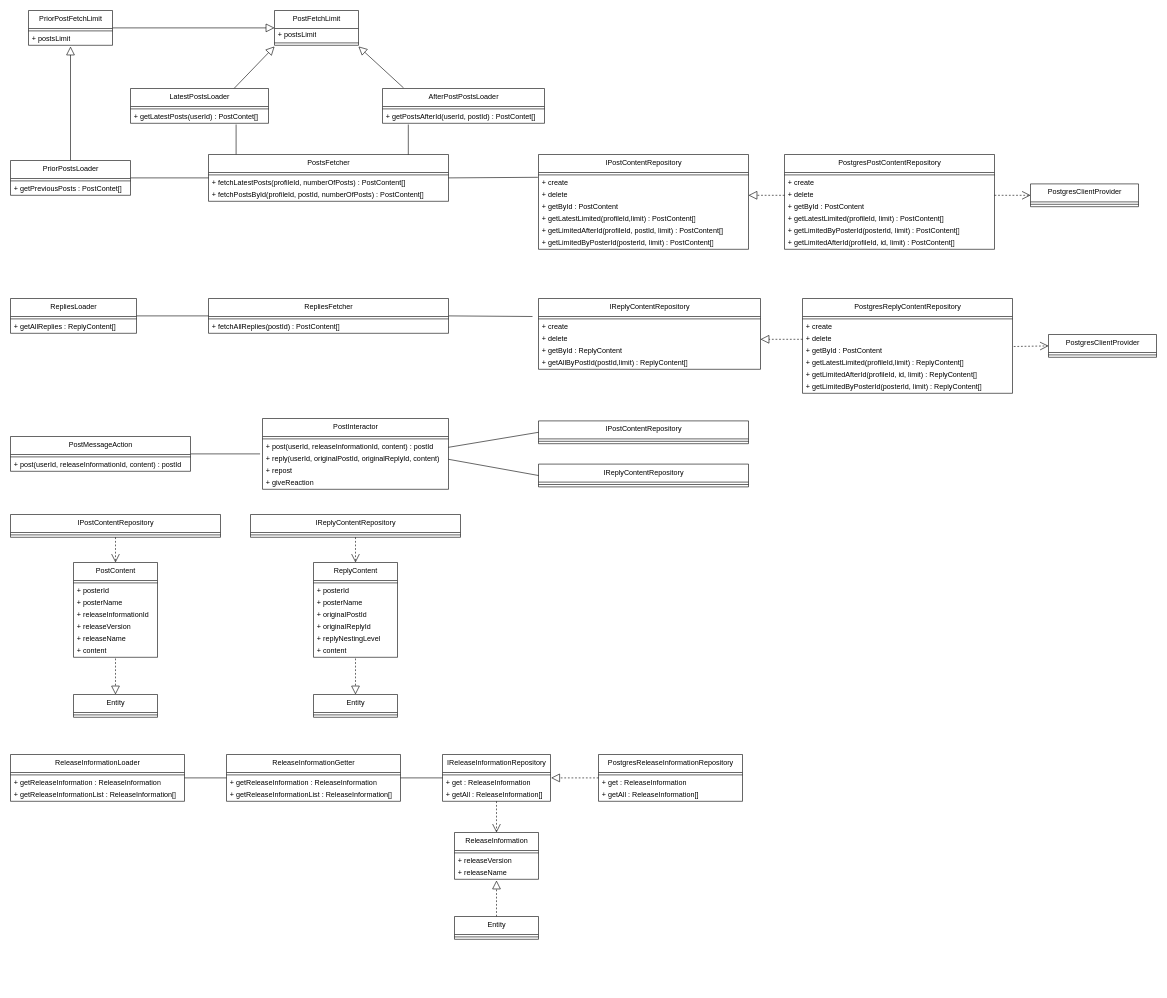
Mouwf/FF14SNS keeps this draw.io diagram as page "PostModule" (5 of 7) of project-designs/class-diagrams/ff14-sns.drawio. Above is the earlier version. Source tidied: cells renumbered, new cells numbered last; positions are measured from the earlier drawing's top-left corner, leaving out a move shared by most shapes. Both pictures are drawn from the tidied source at 60%, with x=0, y=0 at pixel (10, 10).
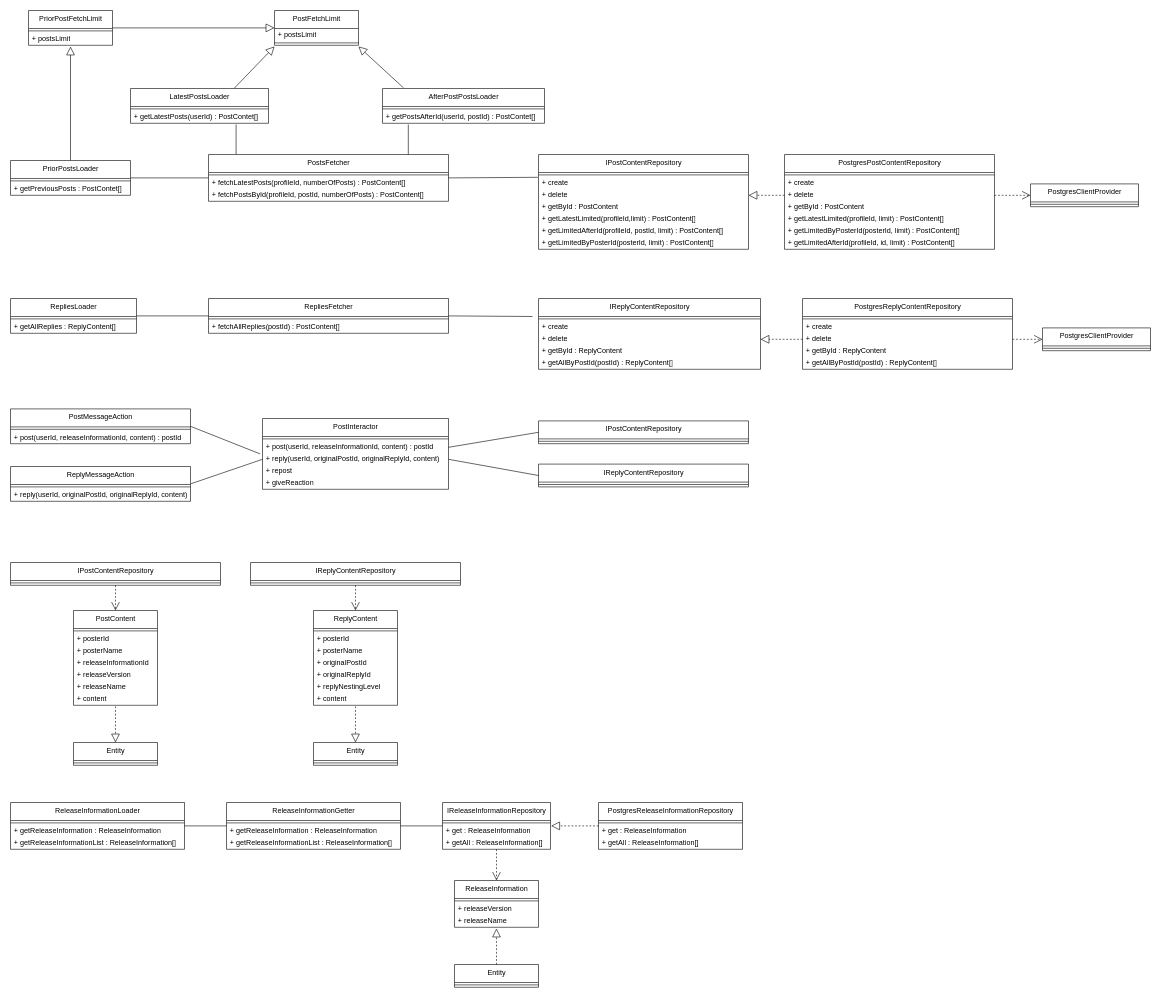
The same diagram, later.

Unchanged cells that the change refers to:
```xml
<mxCell id="5" value="+ reply(userId, originalPostId, originalReplyId, content)" style="text;html=1;strokeColor=none;fillColor=none;align=left;verticalAlign=middle;spacingLeft=4;spacingRight=4;overflow=hidden;points=[[0,0.5],[1,0.5]];portConstraint=eastwest;" parent="2" vertex="1">
  <mxGeometry y="58" width="310" height="20" as="geometry" />
</mxCell>
<mxCell id="111" value="IReplyContentRepository" style="swimlane;fontStyle=0;align=center;verticalAlign=top;horizontal=1;startSize=30;html=1;" parent="1" vertex="1">
  <mxGeometry x="880" y="480" width="370" height="118" as="geometry" />
</mxCell>
<mxCell id="120" value="+ delete" style="text;html=1;strokeColor=none;fillColor=none;align=left;verticalAlign=middle;spacingLeft=4;spacingRight=4;overflow=hidden;points=[[0,0.5],[1,0.5]];portConstraint=eastwest;" parent="117" vertex="1">
  <mxGeometry y="58" width="350" height="20" as="geometry" />
</mxCell>
```

Diff of the diagram source:
```diff
@@
     <mxCell id="26" value="PostContent" style="swimlane;fontStyle=0;align=center;verticalAlign=top;horizontal=1;startSize=30;html=1;" parent="1" vertex="1">
-      <mxGeometry x="105" y="920" width="140" height="158" as="geometry" />
+      <mxGeometry x="105" y="1000" width="140" height="158" as="geometry" />
     </mxCell>
@@
     <mxCell id="34" value="Entity" style="swimlane;fontStyle=0;align=center;verticalAlign=top;horizontal=1;startSize=30;html=1;" parent="1" vertex="1">
-      <mxGeometry x="105" y="1140" width="140" height="38" as="geometry" />
+      <mxGeometry x="105" y="1220" width="140" height="38" as="geometry" />
     </mxCell>
@@
     <mxCell id="49" value="IReleaseInformationRepository" style="swimlane;fontStyle=0;align=center;verticalAlign=top;horizontal=1;startSize=30;html=1;" parent="1" vertex="1">
-      <mxGeometry x="720" y="1240" width="180" height="78" as="geometry" />
+      <mxGeometry x="720" y="1320" width="180" height="78" as="geometry" />
     </mxCell>
@@
     <mxCell id="53" value="ReleaseInformation" style="swimlane;fontStyle=0;align=center;verticalAlign=top;horizontal=1;startSize=30;html=1;" parent="1" vertex="1">
-      <mxGeometry x="740" y="1370" width="140" height="78" as="geometry" />
+      <mxGeometry x="740" y="1450" width="140" height="78" as="geometry" />
     </mxCell>
@@
     <mxCell id="58" value="Entity" style="swimlane;fontStyle=0;align=center;verticalAlign=top;horizontal=1;startSize=30;html=1;" parent="1" vertex="1">
-      <mxGeometry x="740" y="1510" width="140" height="38" as="geometry" />
+      <mxGeometry x="740" y="1590" width="140" height="38" as="geometry" />
     </mxCell>
@@
     <mxCell id="62" value="PostMessageAction" style="swimlane;fontStyle=0;align=center;verticalAlign=top;horizontal=1;startSize=30;html=1;" parent="1" vertex="1">
-      <mxGeometry y="710" width="300" height="58" as="geometry" />
+      <mxGeometry y="664" width="300" height="58" as="geometry" />
     </mxCell>
@@
     <mxCell id="65" style="edgeStyle=none;html=1;exitX=1;exitY=0.5;exitDx=0;exitDy=0;entryX=0;entryY=0.5;entryDx=0;entryDy=0;endArrow=none;endFill=0;" parent="1" edge="1" source="66">
       <mxGeometry relative="1" as="geometry">
-        <mxPoint x="360" y="1279" as="targetPoint" />
+        <mxPoint x="360" y="1359" as="targetPoint" />
       </mxGeometry>
     </mxCell>
     <mxCell id="66" value="ReleaseInformationLoader" style="swimlane;fontStyle=0;align=center;verticalAlign=top;horizontal=1;startSize=30;html=1;" parent="1" vertex="1">
-      <mxGeometry y="1240" width="290" height="78" as="geometry" />
+      <mxGeometry y="1320" width="290" height="78" as="geometry" />
     </mxCell>
@@
     <mxCell id="71" value="ReleaseInformationGetter" style="swimlane;fontStyle=0;align=center;verticalAlign=top;horizontal=1;startSize=30;html=1;" parent="1" vertex="1">
-      <mxGeometry x="360" y="1240" width="290" height="78" as="geometry" />
+      <mxGeometry x="360" y="1320" width="290" height="78" as="geometry" />
     </mxCell>
@@
     <mxCell id="79" value="PostgresReleaseInformationRepository" style="swimlane;fontStyle=0;align=center;verticalAlign=top;horizontal=1;startSize=30;html=1;" parent="1" vertex="1">
-      <mxGeometry x="980" y="1240" width="240" height="78" as="geometry" />
+      <mxGeometry x="980" y="1320" width="240" height="78" as="geometry" />
     </mxCell>
@@
     <mxCell id="97" value="ReplyContent" style="swimlane;fontStyle=0;align=center;verticalAlign=top;horizontal=1;startSize=30;html=1;" parent="1" vertex="1">
-      <mxGeometry x="505" y="920" width="140" height="158" as="geometry" />
+      <mxGeometry x="505" y="1000" width="140" height="158" as="geometry" />
     </mxCell>
@@
     <mxCell id="105" value="Entity" style="swimlane;fontStyle=0;align=center;verticalAlign=top;horizontal=1;startSize=30;html=1;" parent="1" vertex="1">
-      <mxGeometry x="505" y="1140" width="140" height="38" as="geometry" />
+      <mxGeometry x="505" y="1220" width="140" height="38" as="geometry" />
     </mxCell>
@@
     <mxCell id="107" style="edgeStyle=none;html=1;entryX=0.5;entryY=0;entryDx=0;entryDy=0;endArrow=block;endFill=0;endSize=12;dashed=1;" parent="1" edge="1" target="105">
       <mxGeometry relative="1" as="geometry">
-        <mxPoint x="575" y="1080" as="sourcePoint" />
+        <mxPoint x="575" y="1160" as="sourcePoint" />
       </mxGeometry>
     </mxCell>
@@
     <mxCell id="109" value="IPostContentRepository" style="swimlane;fontStyle=0;align=center;verticalAlign=top;horizontal=1;startSize=30;html=1;" parent="1" vertex="1">
-      <mxGeometry y="840" width="350" height="38" as="geometry" />
+      <mxGeometry y="920" width="350" height="38" as="geometry" />
     </mxCell>
@@
-    <mxCell id="116" value="+ getAllByPostId(postId,limit) :&amp;nbsp;&lt;span style=&quot;text-align: center;&quot;&gt;ReplyContent&lt;/span&gt;[]" style="text;html=1;strokeColor=none;fillColor=none;align=left;verticalAlign=middle;spacingLeft=4;spacingRight=4;overflow=hidden;" parent="111" vertex="1">
+    <mxCell id="116" value="+ getAllByPostId(postId) :&amp;nbsp;&lt;span style=&quot;text-align: center;&quot;&gt;ReplyContent&lt;/span&gt;[]" style="text;html=1;strokeColor=none;fillColor=none;align=left;verticalAlign=middle;spacingLeft=4;spacingRight=4;overflow=hidden;" parent="111" vertex="1">
       <mxGeometry y="98" width="370" height="20" as="geometry" />
     </mxCell>
     <mxCell id="117" value="PostgresReplyContentRepository" style="swimlane;fontStyle=0;align=center;verticalAlign=top;horizontal=1;startSize=30;html=1;" parent="1" vertex="1">
-      <mxGeometry x="1320" y="480" width="350" height="158" as="geometry" />
+      <mxGeometry x="1320" y="480" width="350" height="118" as="geometry" />
     </mxCell>
@@
-    <mxCell id="121" value="+ getById : PostContent" style="text;html=1;strokeColor=none;fillColor=none;align=left;verticalAlign=middle;spacingLeft=4;spacingRight=4;overflow=hidden;points=[[0,0.5],[1,0.5]];portConstraint=eastwest;" parent="117" vertex="1">
-      <mxGeometry y="78" width="350" height="20" as="geometry" />
-    </mxCell>
-    <mxCell id="122" value="+ getLatestLimited(profileId,limit) :&amp;nbsp;&lt;span style=&quot;text-align: center;&quot;&gt;ReplyContent&lt;/span&gt;[]" style="text;html=1;strokeColor=none;fillColor=none;align=left;verticalAlign=middle;spacingLeft=4;spacingRight=4;overflow=hidden;" parent="117" vertex="1">
-      <mxGeometry y="98" width="350" height="20" as="geometry" />
-    </mxCell>
-    <mxCell id="123" value="+ getLimitedAfterId(profileId, id, limit) :&amp;nbsp;&lt;span style=&quot;text-align: center;&quot;&gt;ReplyContent&lt;/span&gt;[]" style="text;html=1;strokeColor=none;fillColor=none;align=left;verticalAlign=middle;spacingLeft=4;spacingRight=4;overflow=hidden;" parent="117" vertex="1">
-      <mxGeometry y="118" width="350" height="20" as="geometry" />
-    </mxCell>
-    <mxCell id="124" value="+ getLimitedByPosterId(posterId, limit)&amp;nbsp;:&amp;nbsp;&lt;span style=&quot;text-align: center;&quot;&gt;ReplyContent&lt;/span&gt;[]" style="text;html=1;strokeColor=none;fillColor=none;align=left;verticalAlign=middle;spacingLeft=4;spacingRight=4;overflow=hidden;" parent="117" vertex="1">
-      <mxGeometry y="138" width="350" height="20" as="geometry" />
-    </mxCell>
+    <mxCell id="146" value="+ getById :&amp;nbsp;&lt;span style=&quot;text-align: center;&quot;&gt;ReplyContent&lt;/span&gt;" style="text;html=1;strokeColor=none;fillColor=none;align=left;verticalAlign=middle;spacingLeft=4;spacingRight=4;overflow=hidden;" parent="117" vertex="1">
+      <mxGeometry y="78" width="350" height="20" as="geometry" />
+    </mxCell>
+    <mxCell id="147" value="+ getAllByPostId(postId) :&amp;nbsp;&lt;span style=&quot;text-align: center;&quot;&gt;ReplyContent&lt;/span&gt;[]" style="text;html=1;strokeColor=none;fillColor=none;align=left;verticalAlign=middle;spacingLeft=4;spacingRight=4;overflow=hidden;" parent="117" vertex="1">
+      <mxGeometry y="98" width="350" height="20" as="geometry" />
+    </mxCell>
     <mxCell id="125" value="PostgresClientProvider" style="swimlane;fontStyle=0;align=center;verticalAlign=top;horizontal=1;startSize=30;html=1;" parent="1" vertex="1">
-      <mxGeometry x="1730" y="540" width="180" height="38" as="geometry" />
+      <mxGeometry x="1720" y="529" width="180" height="38" as="geometry" />
     </mxCell>
@@
-    <mxCell id="127" style="edgeStyle=none;html=1;exitX=1.006;exitY=0.1;exitDx=0;exitDy=0;entryX=0;entryY=0.5;entryDx=0;entryDy=0;dashed=1;endArrow=open;endFill=0;endSize=12;exitPerimeter=0;" parent="1" edge="1" source="121" target="125">
+    <mxCell id="127" style="edgeStyle=none;html=1;exitX=1;exitY=0.5;exitDx=0;exitDy=0;entryX=0;entryY=0.5;entryDx=0;entryDy=0;dashed=1;endArrow=open;endFill=0;endSize=12;" parent="1" edge="1" source="120" target="125">
       <mxGeometry relative="1" as="geometry" />
     </mxCell>
@@
     <mxCell id="129" value="IReplyContentRepository" style="swimlane;fontStyle=0;align=center;verticalAlign=top;horizontal=1;startSize=30;html=1;" parent="1" vertex="1">
-      <mxGeometry x="400" y="840" width="350" height="38" as="geometry" />
+      <mxGeometry x="400" y="920" width="350" height="38" as="geometry" />
     </mxCell>
@@
+    <mxCell id="148" style="edgeStyle=none;html=1;exitX=1;exitY=0.5;exitDx=0;exitDy=0;entryX=0;entryY=0.5;entryDx=0;entryDy=0;endArrow=none;endFill=0;" parent="1" edge="1" source="149" target="5">
+      <mxGeometry relative="1" as="geometry" />
+    </mxCell>
+    <mxCell id="149" value="ReplyMessageAction" style="swimlane;fontStyle=0;align=center;verticalAlign=top;horizontal=1;startSize=30;html=1;" parent="1" vertex="1">
+      <mxGeometry y="760" width="300" height="58" as="geometry" />
+    </mxCell>
+    <mxCell id="150" style="line;strokeWidth=1;fillColor=none;align=left;verticalAlign=middle;spacingTop=-1;spacingLeft=3;spacingRight=3;labelPosition=right;" parent="149" vertex="1">
+      <mxGeometry y="30" width="300" height="8" as="geometry" />
+    </mxCell>
+    <mxCell id="151" value="+ reply(userId, originalPostId, originalReplyId, content)" style="text;html=1;strokeColor=none;fillColor=none;align=left;verticalAlign=middle;spacingLeft=4;spacingRight=4;overflow=hidden;" parent="149" vertex="1">
+      <mxGeometry y="38" width="300" height="20" as="geometry" />
+    </mxCell>
```
